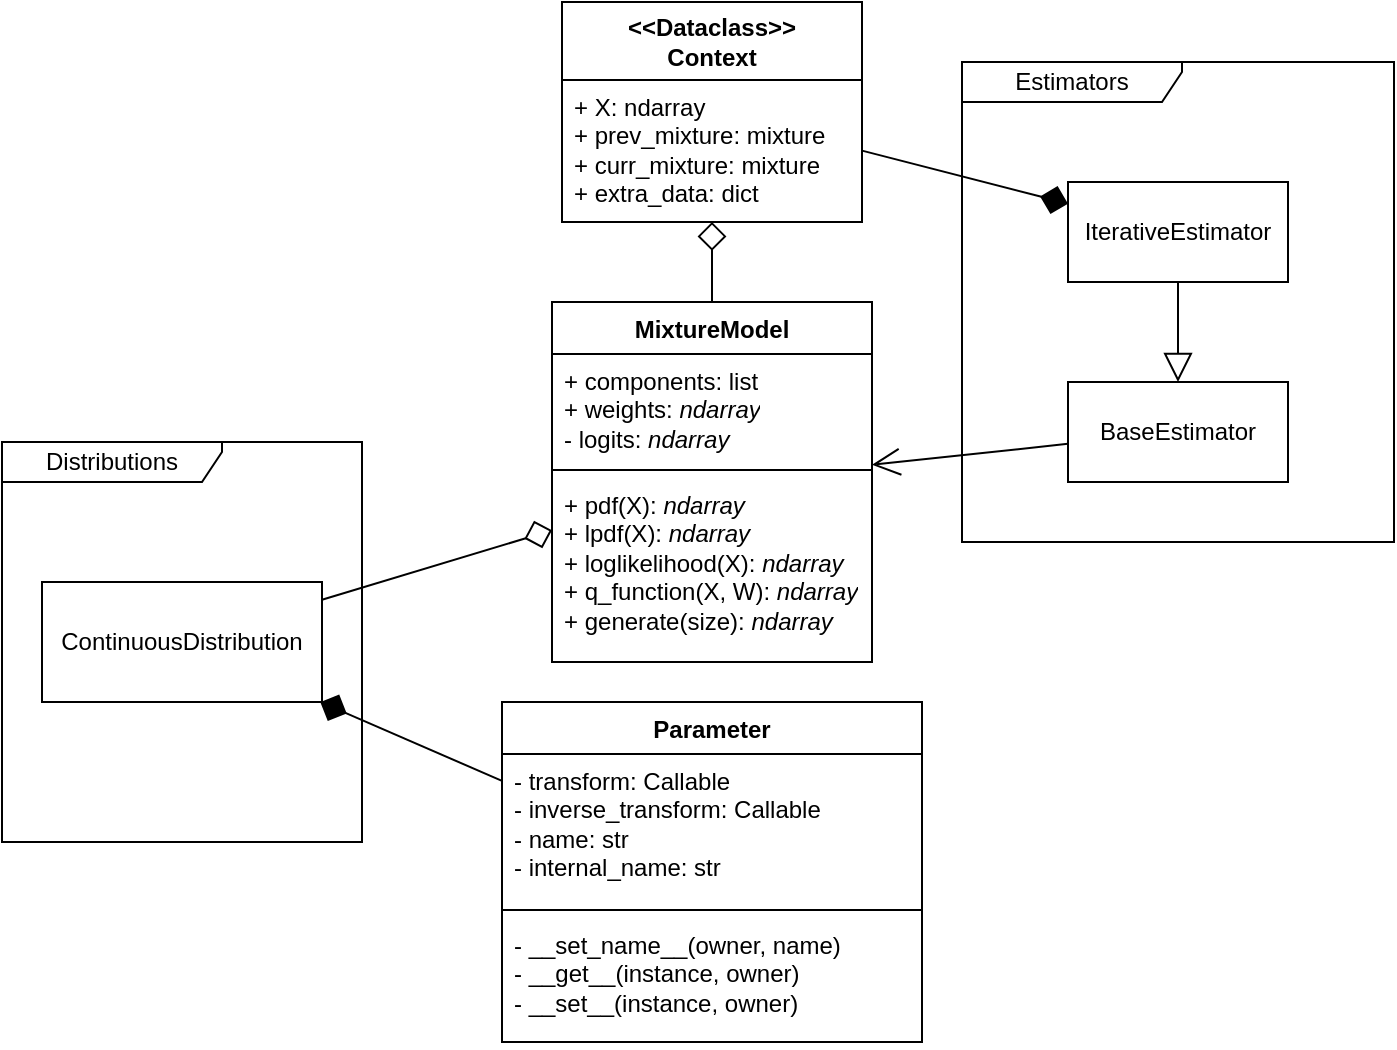
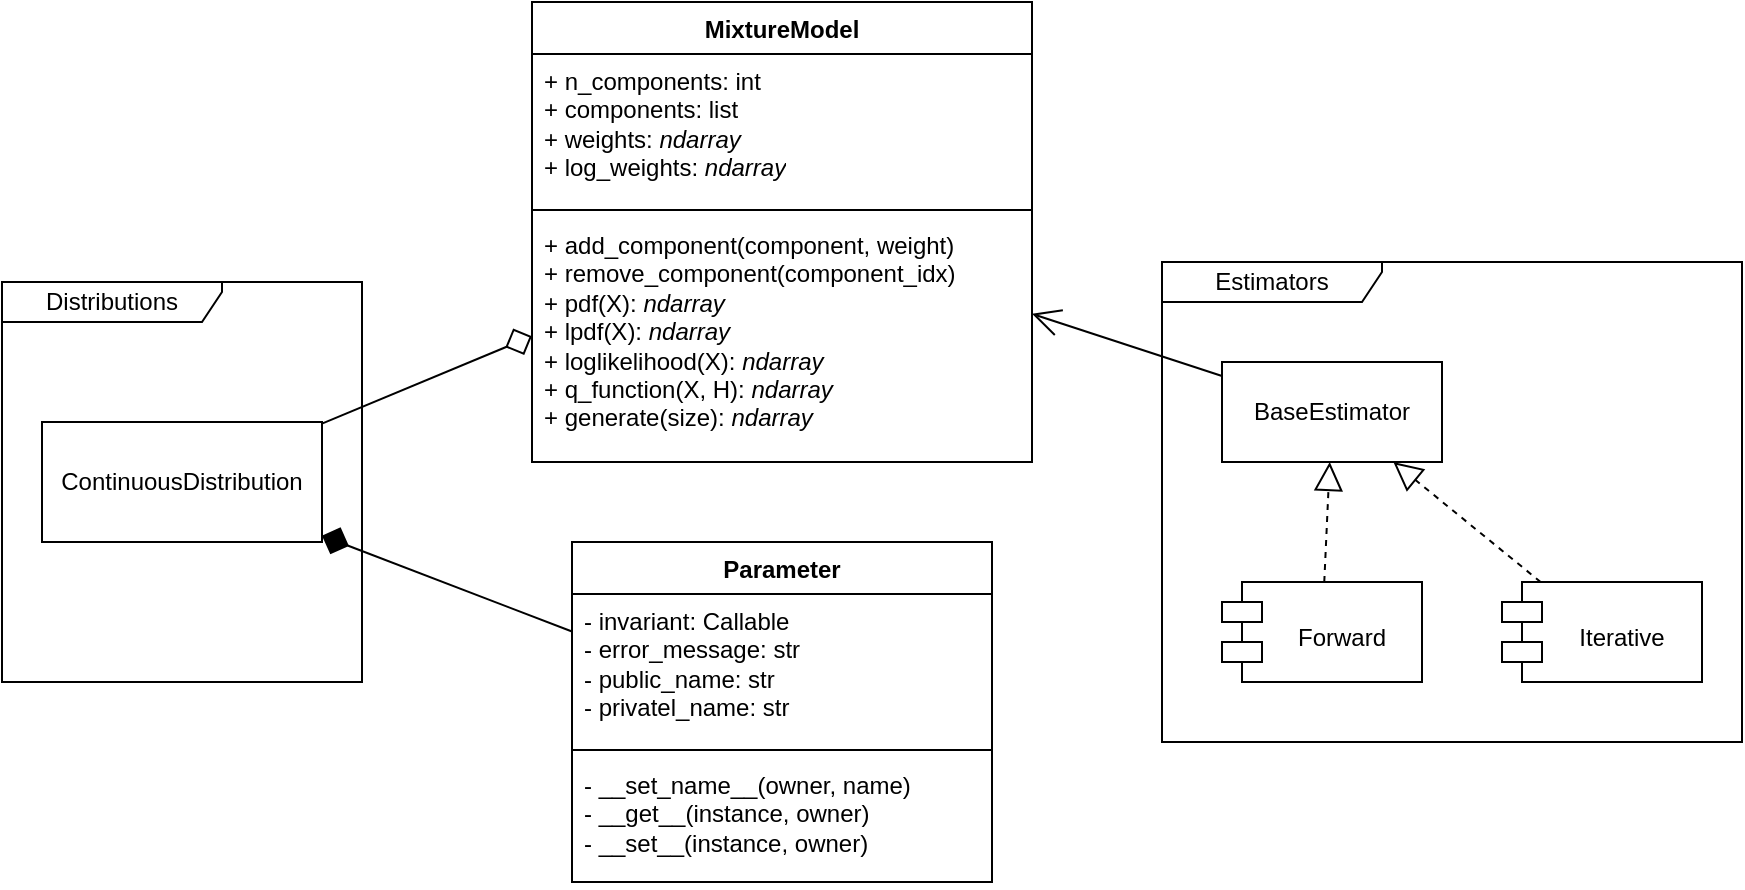
- <mxfile host="app.diagrams.net" agent="Mozilla/5.0 (X11; Linux x86_64; rv:141.0) Gecko/20100101 Firefox/141.0" version="28.0.7">
+ <mxfile host="app.diagrams.net" agent="Mozilla/5.0 (X11; Linux x86_64; rv:141.0) Gecko/20100101 Firefox/141.0" version="28.0.9">
  <diagram name="Страница — 1" id="ontRuRA_wBf4EfFz2Awx">
-     <mxGraphModel dx="1868" dy="1734" grid="1" gridSize="10" guides="1" tooltips="1" connect="1" arrows="1" fold="1" page="1" pageScale="1" pageWidth="827" pageHeight="1169" math="0" shadow="0">
+     <mxGraphModel dx="1816" dy="1706" grid="1" gridSize="10" guides="1" tooltips="1" connect="1" arrows="1" fold="1" page="1" pageScale="1" pageWidth="827" pageHeight="1169" math="0" shadow="0">
      <root>
        <mxCell id="0" />
        <mxCell id="1" parent="0" />
-         <mxCell id="ix8K-un341YCD5IaGi-n-19" style="rounded=0;orthogonalLoop=1;jettySize=auto;html=1;endArrow=diamond;endFill=0;endSize=12;" edge="1" parent="1" source="ix8K-un341YCD5IaGi-n-1" target="ix8K-un341YCD5IaGi-n-9">
-           <mxGeometry relative="1" as="geometry" />
+         <mxCell id="ix8K-un341YCD5IaGi-n-11" value="Distributions" style="shape=umlFrame;whiteSpace=wrap;html=1;pointerEvents=0;width=110;height=20;" parent="1" vertex="1">
+           <mxGeometry x="-150" y="10" width="180" height="200" as="geometry" />
        </mxCell>
-         <mxCell id="ix8K-un341YCD5IaGi-n-1" value="MixtureModel" style="swimlane;fontStyle=1;align=center;verticalAlign=top;childLayout=stackLayout;horizontal=1;startSize=26;horizontalStack=0;resizeParent=1;resizeParentMax=0;resizeLast=0;collapsible=1;marginBottom=0;whiteSpace=wrap;html=1;" vertex="1" parent="1">
-           <mxGeometry x="165" y="110" width="160" height="180" as="geometry" />
+         <mxCell id="ix8K-un341YCD5IaGi-n-12" value="Estimators" style="shape=umlFrame;whiteSpace=wrap;html=1;pointerEvents=0;width=110;height=20;" parent="1" vertex="1">
+           <mxGeometry x="430" width="290" height="240" as="geometry" />
        </mxCell>
-         <mxCell id="ix8K-un341YCD5IaGi-n-2" value="&lt;div&gt;+ components: list&lt;/div&gt;&lt;div&gt;+ weights:&amp;nbsp;&lt;i&gt;ndarray&lt;/i&gt;&lt;/div&gt;&lt;div&gt;- logits:&amp;nbsp;&lt;i&gt;ndarray&lt;/i&gt;&lt;/div&gt;" style="text;strokeColor=none;fillColor=none;align=left;verticalAlign=top;spacingLeft=4;spacingRight=4;overflow=hidden;rotatable=0;points=[[0,0.5],[1,0.5]];portConstraint=eastwest;whiteSpace=wrap;html=1;" vertex="1" parent="ix8K-un341YCD5IaGi-n-1">
-           <mxGeometry y="26" width="160" height="54" as="geometry" />
+         <mxCell id="ix8K-un341YCD5IaGi-n-14" value="ContinuousDistribution" style="html=1;whiteSpace=wrap;" parent="1" vertex="1">
+           <mxGeometry x="-130" y="80" width="140" height="60" as="geometry" />
        </mxCell>
-         <mxCell id="ix8K-un341YCD5IaGi-n-3" value="" style="line;strokeWidth=1;fillColor=none;align=left;verticalAlign=middle;spacingTop=-1;spacingLeft=3;spacingRight=3;rotatable=0;labelPosition=right;points=[];portConstraint=eastwest;strokeColor=inherit;" vertex="1" parent="ix8K-un341YCD5IaGi-n-1">
-           <mxGeometry y="80" width="160" height="8" as="geometry" />
-         </mxCell>
-         <mxCell id="ix8K-un341YCD5IaGi-n-4" value="&lt;div&gt;+ pdf(X):&amp;nbsp;&lt;i&gt;ndarray&lt;/i&gt;&lt;/div&gt;&lt;div&gt;+ lpdf(X):&amp;nbsp;&lt;i&gt;ndarray&lt;/i&gt;&lt;/div&gt;&lt;div&gt;&lt;div&gt;&lt;div&gt;+ loglikelihood(X):&amp;nbsp;&lt;i&gt;ndarray&lt;/i&gt;&lt;/div&gt;&lt;div&gt;+ q_function(X, W):&amp;nbsp;&lt;i&gt;ndarray&lt;/i&gt;&lt;/div&gt;&lt;/div&gt;&lt;/div&gt;&lt;div&gt;+ generate(size):&amp;nbsp;&lt;i&gt;ndarray&lt;/i&gt;&lt;/div&gt;" style="text;strokeColor=none;fillColor=none;align=left;verticalAlign=top;spacingLeft=4;spacingRight=4;overflow=hidden;rotatable=0;points=[[0,0.5],[1,0.5]];portConstraint=eastwest;whiteSpace=wrap;html=1;" vertex="1" parent="ix8K-un341YCD5IaGi-n-1">
-           <mxGeometry y="88" width="160" height="92" as="geometry" />
-         </mxCell>
-         <mxCell id="ix8K-un341YCD5IaGi-n-5" value="Parameter" style="swimlane;fontStyle=1;align=center;verticalAlign=top;childLayout=stackLayout;horizontal=1;startSize=26;horizontalStack=0;resizeParent=1;resizeParentMax=0;resizeLast=0;collapsible=1;marginBottom=0;whiteSpace=wrap;html=1;" vertex="1" parent="1">
-           <mxGeometry x="140" y="310" width="210" height="170" as="geometry" />
-         </mxCell>
-         <mxCell id="ix8K-un341YCD5IaGi-n-6" value="&lt;div&gt;- transform: Callable&lt;/div&gt;&lt;div&gt;- inverse_transform: Callable&lt;/div&gt;&lt;div&gt;- name: str&lt;/div&gt;&lt;div&gt;- internal_name: str&lt;/div&gt;" style="text;strokeColor=none;fillColor=none;align=left;verticalAlign=top;spacingLeft=4;spacingRight=4;overflow=hidden;rotatable=0;points=[[0,0.5],[1,0.5]];portConstraint=eastwest;whiteSpace=wrap;html=1;" vertex="1" parent="ix8K-un341YCD5IaGi-n-5">
-           <mxGeometry y="26" width="210" height="74" as="geometry" />
-         </mxCell>
-         <mxCell id="ix8K-un341YCD5IaGi-n-7" value="" style="line;strokeWidth=1;fillColor=none;align=left;verticalAlign=middle;spacingTop=-1;spacingLeft=3;spacingRight=3;rotatable=0;labelPosition=right;points=[];portConstraint=eastwest;strokeColor=inherit;" vertex="1" parent="ix8K-un341YCD5IaGi-n-5">
-           <mxGeometry y="100" width="210" height="8" as="geometry" />
-         </mxCell>
-         <mxCell id="ix8K-un341YCD5IaGi-n-8" value="&lt;div&gt;- __set_name__(owner, name)&lt;/div&gt;&lt;div&gt;- __get__(&lt;span class=&quot;router-outlet-wrapper ng-tns-c2462920339-0&quot;&gt;&lt;/span&gt;instance, owner)&lt;/div&gt;&lt;div&gt;- __set__(instance, owner)&lt;/div&gt;&lt;div&gt;&lt;br&gt;&lt;/div&gt;" style="text;strokeColor=none;fillColor=none;align=left;verticalAlign=top;spacingLeft=4;spacingRight=4;overflow=hidden;rotatable=0;points=[[0,0.5],[1,0.5]];portConstraint=eastwest;whiteSpace=wrap;html=1;" vertex="1" parent="ix8K-un341YCD5IaGi-n-5">
-           <mxGeometry y="108" width="210" height="62" as="geometry" />
-         </mxCell>
-         <mxCell id="ix8K-un341YCD5IaGi-n-26" style="rounded=0;orthogonalLoop=1;jettySize=auto;html=1;endArrow=diamond;endFill=1;endSize=12;" edge="1" parent="1" source="ix8K-un341YCD5IaGi-n-9" target="ix8K-un341YCD5IaGi-n-24">
-           <mxGeometry relative="1" as="geometry" />
-         </mxCell>
-         <mxCell id="ix8K-un341YCD5IaGi-n-9" value="&lt;div&gt;&lt;b&gt;&amp;lt;&amp;lt;Dataclass&amp;gt;&amp;gt;&lt;/b&gt;&lt;/div&gt;&lt;div&gt;&lt;b&gt;Context&lt;/b&gt;&lt;/div&gt;" style="swimlane;fontStyle=0;childLayout=stackLayout;horizontal=1;startSize=39;fillColor=none;horizontalStack=0;resizeParent=1;resizeParentMax=0;resizeLast=0;collapsible=1;marginBottom=0;whiteSpace=wrap;html=1;" vertex="1" parent="1">
-           <mxGeometry x="170" y="-40" width="150" height="110" as="geometry" />
-         </mxCell>
-         <mxCell id="ix8K-un341YCD5IaGi-n-10" value="&lt;div&gt;+ X: ndarray&lt;/div&gt;&lt;div&gt;+ prev_mixture: mixture&lt;/div&gt;&lt;div&gt;+ curr_mixture: mixture&lt;/div&gt;&lt;div&gt;+ extra_data: dict&lt;/div&gt;" style="text;strokeColor=none;fillColor=none;align=left;verticalAlign=top;spacingLeft=4;spacingRight=4;overflow=hidden;rotatable=0;points=[[0,0.5],[1,0.5]];portConstraint=eastwest;whiteSpace=wrap;html=1;" vertex="1" parent="ix8K-un341YCD5IaGi-n-9">
-           <mxGeometry y="39" width="150" height="71" as="geometry" />
-         </mxCell>
-         <mxCell id="ix8K-un341YCD5IaGi-n-11" value="Distributions" style="shape=umlFrame;whiteSpace=wrap;html=1;pointerEvents=0;width=110;height=20;" vertex="1" parent="1">
-           <mxGeometry x="-110" y="180" width="180" height="200" as="geometry" />
-         </mxCell>
-         <mxCell id="ix8K-un341YCD5IaGi-n-12" value="Estimators" style="shape=umlFrame;whiteSpace=wrap;html=1;pointerEvents=0;width=110;height=20;" vertex="1" parent="1">
-           <mxGeometry x="370" y="-10" width="216" height="240" as="geometry" />
-         </mxCell>
-         <mxCell id="ix8K-un341YCD5IaGi-n-14" value="ContinuousDistribution" style="html=1;whiteSpace=wrap;" vertex="1" parent="1">
-           <mxGeometry x="-90" y="250" width="140" height="60" as="geometry" />
-         </mxCell>
-         <mxCell id="ix8K-un341YCD5IaGi-n-17" value="" style="endArrow=diamond;endFill=0;endSize=12;html=1;rounded=0;" edge="1" parent="1" source="ix8K-un341YCD5IaGi-n-14" target="ix8K-un341YCD5IaGi-n-1">
+         <mxCell id="ix8K-un341YCD5IaGi-n-17" value="" style="endArrow=diamond;endFill=0;endSize=12;html=1;rounded=0;" parent="1" source="ix8K-un341YCD5IaGi-n-14" target="ITnIxWZz5PMLhyCWoDZH-9" edge="1">
          <mxGeometry width="160" relative="1" as="geometry">
            <mxPoint y="120" as="sourcePoint" />
-             <mxPoint x="160" y="120" as="targetPoint" />
+             <mxPoint x="120" y="15.799999999999955" as="targetPoint" />
          </mxGeometry>
        </mxCell>
-         <mxCell id="ix8K-un341YCD5IaGi-n-18" value="" style="endArrow=diamond;endFill=1;endSize=12;html=1;rounded=0;" edge="1" parent="1" source="ix8K-un341YCD5IaGi-n-5" target="ix8K-un341YCD5IaGi-n-14">
+         <mxCell id="ix8K-un341YCD5IaGi-n-18" value="" style="endArrow=diamond;endFill=1;endSize=12;html=1;rounded=0;" parent="1" source="ITnIxWZz5PMLhyCWoDZH-5" target="ix8K-un341YCD5IaGi-n-14" edge="1">
          <mxGeometry width="160" relative="1" as="geometry">
-             <mxPoint x="100" y="455" as="sourcePoint" />
+             <mxPoint x="135" y="184.75" as="sourcePoint" />
            <mxPoint x="215" y="420" as="targetPoint" />
          </mxGeometry>
        </mxCell>
-         <mxCell id="ix8K-un341YCD5IaGi-n-27" style="rounded=0;orthogonalLoop=1;jettySize=auto;html=1;endArrow=open;endFill=0;endSize=12;" edge="1" parent="1" source="ix8K-un341YCD5IaGi-n-23" target="ix8K-un341YCD5IaGi-n-1">
+         <mxCell id="ix8K-un341YCD5IaGi-n-27" style="rounded=0;orthogonalLoop=1;jettySize=auto;html=1;endArrow=open;endFill=0;endSize=12;" parent="1" source="ix8K-un341YCD5IaGi-n-23" target="ITnIxWZz5PMLhyCWoDZH-9" edge="1">
+           <mxGeometry relative="1" as="geometry">
+             <mxPoint x="360" y="6.236363636363649" as="targetPoint" />
+           </mxGeometry>
+         </mxCell>
+         <mxCell id="ix8K-un341YCD5IaGi-n-23" value="BaseEstimator" style="html=1;whiteSpace=wrap;" parent="1" vertex="1">
+           <mxGeometry x="460" y="50" width="110" height="50" as="geometry" />
+         </mxCell>
+         <mxCell id="ITnIxWZz5PMLhyCWoDZH-3" style="rounded=0;orthogonalLoop=1;jettySize=auto;html=1;endSize=12;endArrow=block;endFill=0;dashed=1;" edge="1" parent="1" source="ITnIxWZz5PMLhyCWoDZH-1" target="ix8K-un341YCD5IaGi-n-23">
          <mxGeometry relative="1" as="geometry" />
        </mxCell>
-         <mxCell id="ix8K-un341YCD5IaGi-n-23" value="BaseEstimator" style="html=1;whiteSpace=wrap;" vertex="1" parent="1">
-           <mxGeometry x="423" y="150" width="110" height="50" as="geometry" />
+         <mxCell id="ITnIxWZz5PMLhyCWoDZH-1" value="&lt;div&gt;&lt;br&gt;Iterative&lt;/div&gt;" style="shape=module;align=left;spacingLeft=20;align=center;verticalAlign=top;whiteSpace=wrap;html=1;" vertex="1" parent="1">
+           <mxGeometry x="600" y="160" width="100" height="50" as="geometry" />
        </mxCell>
-         <mxCell id="ix8K-un341YCD5IaGi-n-25" style="edgeStyle=orthogonalEdgeStyle;rounded=0;orthogonalLoop=1;jettySize=auto;html=1;endSize=12;endArrow=block;endFill=0;" edge="1" parent="1" source="ix8K-un341YCD5IaGi-n-24" target="ix8K-un341YCD5IaGi-n-23">
+         <mxCell id="ITnIxWZz5PMLhyCWoDZH-4" style="rounded=0;orthogonalLoop=1;jettySize=auto;html=1;endArrow=block;endFill=0;endSize=12;dashed=1;" edge="1" parent="1" source="ITnIxWZz5PMLhyCWoDZH-2" target="ix8K-un341YCD5IaGi-n-23">
          <mxGeometry relative="1" as="geometry" />
        </mxCell>
-         <mxCell id="ix8K-un341YCD5IaGi-n-24" value="IterativeEstimator" style="html=1;whiteSpace=wrap;" vertex="1" parent="1">
-           <mxGeometry x="423" y="50" width="110" height="50" as="geometry" />
+         <mxCell id="ITnIxWZz5PMLhyCWoDZH-2" value="&lt;div&gt;&lt;br&gt;&lt;/div&gt;&lt;div&gt;Forward&lt;/div&gt;" style="shape=module;align=left;spacingLeft=20;align=center;verticalAlign=top;whiteSpace=wrap;html=1;" vertex="1" parent="1">
+           <mxGeometry x="460" y="160" width="100" height="50" as="geometry" />
+         </mxCell>
+         <mxCell id="ITnIxWZz5PMLhyCWoDZH-5" value="Parameter" style="swimlane;fontStyle=1;align=center;verticalAlign=top;childLayout=stackLayout;horizontal=1;startSize=26;horizontalStack=0;resizeParent=1;resizeParentMax=0;resizeLast=0;collapsible=1;marginBottom=0;whiteSpace=wrap;html=1;" vertex="1" parent="1">
+           <mxGeometry x="135" y="140" width="210" height="170" as="geometry" />
+         </mxCell>
+         <mxCell id="ITnIxWZz5PMLhyCWoDZH-6" value="&lt;div&gt;- invariant: Callable&lt;/div&gt;&lt;div&gt;- error_message: str&lt;/div&gt;&lt;div&gt;- public_name: str&lt;/div&gt;&lt;div&gt;- privatel_name: str&lt;/div&gt;" style="text;strokeColor=none;fillColor=none;align=left;verticalAlign=top;spacingLeft=4;spacingRight=4;overflow=hidden;rotatable=0;points=[[0,0.5],[1,0.5]];portConstraint=eastwest;whiteSpace=wrap;html=1;" vertex="1" parent="ITnIxWZz5PMLhyCWoDZH-5">
+           <mxGeometry y="26" width="210" height="74" as="geometry" />
+         </mxCell>
+         <mxCell id="ITnIxWZz5PMLhyCWoDZH-7" value="" style="line;strokeWidth=1;fillColor=none;align=left;verticalAlign=middle;spacingTop=-1;spacingLeft=3;spacingRight=3;rotatable=0;labelPosition=right;points=[];portConstraint=eastwest;strokeColor=inherit;" vertex="1" parent="ITnIxWZz5PMLhyCWoDZH-5">
+           <mxGeometry y="100" width="210" height="8" as="geometry" />
+         </mxCell>
+         <mxCell id="ITnIxWZz5PMLhyCWoDZH-8" value="&lt;div&gt;- __set_name__(owner, name)&lt;/div&gt;&lt;div&gt;- __get__(&lt;span class=&quot;router-outlet-wrapper ng-tns-c2462920339-0&quot;&gt;&lt;/span&gt;instance, owner)&lt;/div&gt;&lt;div&gt;- __set__(instance, owner)&lt;/div&gt;&lt;div&gt;&lt;br&gt;&lt;/div&gt;" style="text;strokeColor=none;fillColor=none;align=left;verticalAlign=top;spacingLeft=4;spacingRight=4;overflow=hidden;rotatable=0;points=[[0,0.5],[1,0.5]];portConstraint=eastwest;whiteSpace=wrap;html=1;" vertex="1" parent="ITnIxWZz5PMLhyCWoDZH-5">
+           <mxGeometry y="108" width="210" height="62" as="geometry" />
+         </mxCell>
+         <mxCell id="ITnIxWZz5PMLhyCWoDZH-9" value="MixtureModel" style="swimlane;fontStyle=1;align=center;verticalAlign=top;childLayout=stackLayout;horizontal=1;startSize=26;horizontalStack=0;resizeParent=1;resizeParentMax=0;resizeLast=0;collapsible=1;marginBottom=0;whiteSpace=wrap;html=1;" vertex="1" parent="1">
+           <mxGeometry x="115" y="-130" width="250" height="230" as="geometry" />
+         </mxCell>
+         <mxCell id="ITnIxWZz5PMLhyCWoDZH-10" value="&lt;div&gt;+ n_components: int&lt;/div&gt;&lt;div&gt;+ components: list&lt;/div&gt;&lt;div&gt;+ weights:&amp;nbsp;&lt;i&gt;ndarray&lt;/i&gt;&lt;/div&gt;&lt;div&gt;+ log_weights:&amp;nbsp;&lt;i&gt;ndarray&lt;/i&gt;&lt;/div&gt;" style="text;strokeColor=none;fillColor=none;align=left;verticalAlign=top;spacingLeft=4;spacingRight=4;overflow=hidden;rotatable=0;points=[[0,0.5],[1,0.5]];portConstraint=eastwest;whiteSpace=wrap;html=1;" vertex="1" parent="ITnIxWZz5PMLhyCWoDZH-9">
+           <mxGeometry y="26" width="250" height="74" as="geometry" />
+         </mxCell>
+         <mxCell id="ITnIxWZz5PMLhyCWoDZH-11" value="" style="line;strokeWidth=1;fillColor=none;align=left;verticalAlign=middle;spacingTop=-1;spacingLeft=3;spacingRight=3;rotatable=0;labelPosition=right;points=[];portConstraint=eastwest;strokeColor=inherit;" vertex="1" parent="ITnIxWZz5PMLhyCWoDZH-9">
+           <mxGeometry y="100" width="250" height="8" as="geometry" />
+         </mxCell>
+         <mxCell id="ITnIxWZz5PMLhyCWoDZH-12" value="&lt;div&gt;+ add_component(component, weight)&lt;/div&gt;&lt;div&gt;+ remove_component(component_idx)&lt;/div&gt;&lt;div&gt;+ pdf(X):&amp;nbsp;&lt;i&gt;ndarray&lt;/i&gt;&lt;/div&gt;&lt;div&gt;+ lpdf(X):&amp;nbsp;&lt;i&gt;ndarray&lt;/i&gt;&lt;/div&gt;&lt;div&gt;&lt;div&gt;&lt;div&gt;+ loglikelihood(X):&amp;nbsp;&lt;i&gt;ndarray&lt;/i&gt;&lt;/div&gt;&lt;div&gt;+ q_function(X, H):&amp;nbsp;&lt;i&gt;ndarray&lt;/i&gt;&lt;/div&gt;&lt;/div&gt;&lt;/div&gt;&lt;div&gt;+ generate(size):&amp;nbsp;&lt;i&gt;ndarray&lt;/i&gt;&lt;/div&gt;" style="text;strokeColor=none;fillColor=none;align=left;verticalAlign=top;spacingLeft=4;spacingRight=4;overflow=hidden;rotatable=0;points=[[0,0.5],[1,0.5]];portConstraint=eastwest;whiteSpace=wrap;html=1;" vertex="1" parent="ITnIxWZz5PMLhyCWoDZH-9">
+           <mxGeometry y="108" width="250" height="122" as="geometry" />
        </mxCell>
      </root>
    </mxGraphModel>
  </diagram>
</mxfile>
